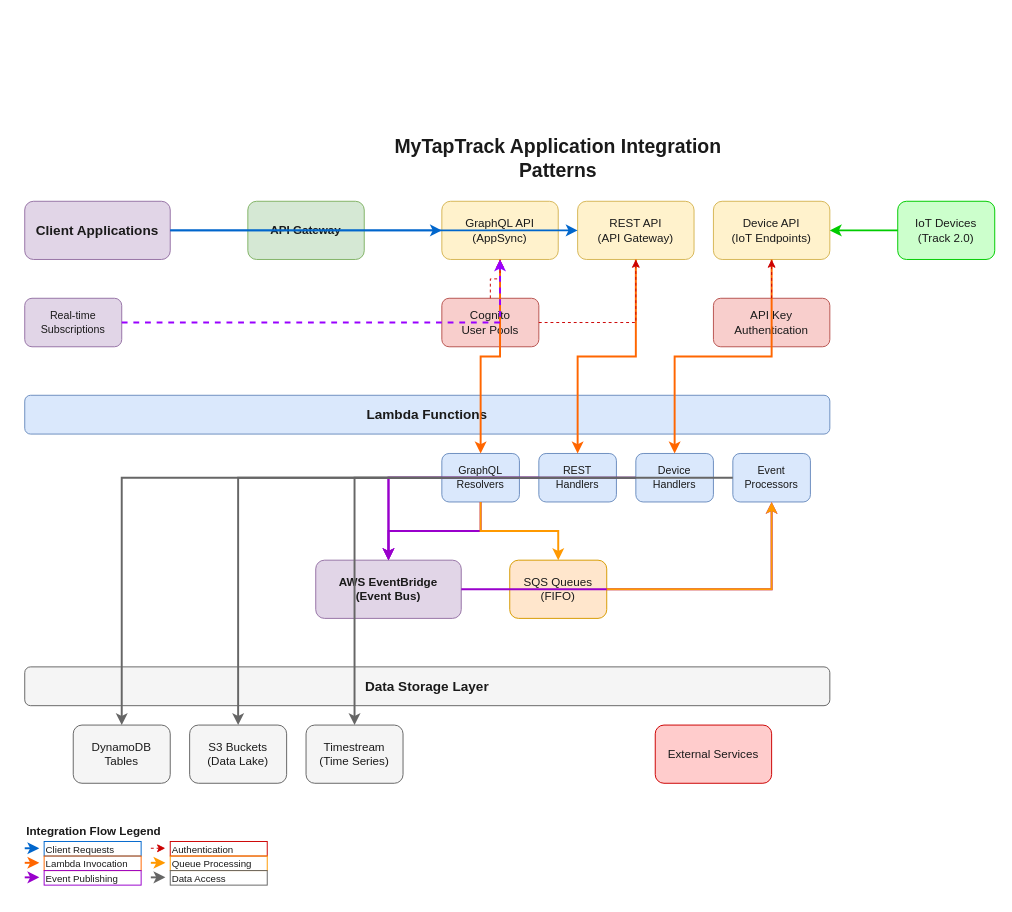
mytaptrack/back-end keeps this draw.io diagram as docs/Architecture/diagrams/integration-patterns.drawio. Above is the earlier version. Source tidied: cells renumbered, new cells numbered last; positions are measured from the earlier drawing's top-left corner, leaving out a move shared by most shapes. Both pictures are drawn from the tidied source at 97%, with x=0, y=0 at pixel (24, 143).
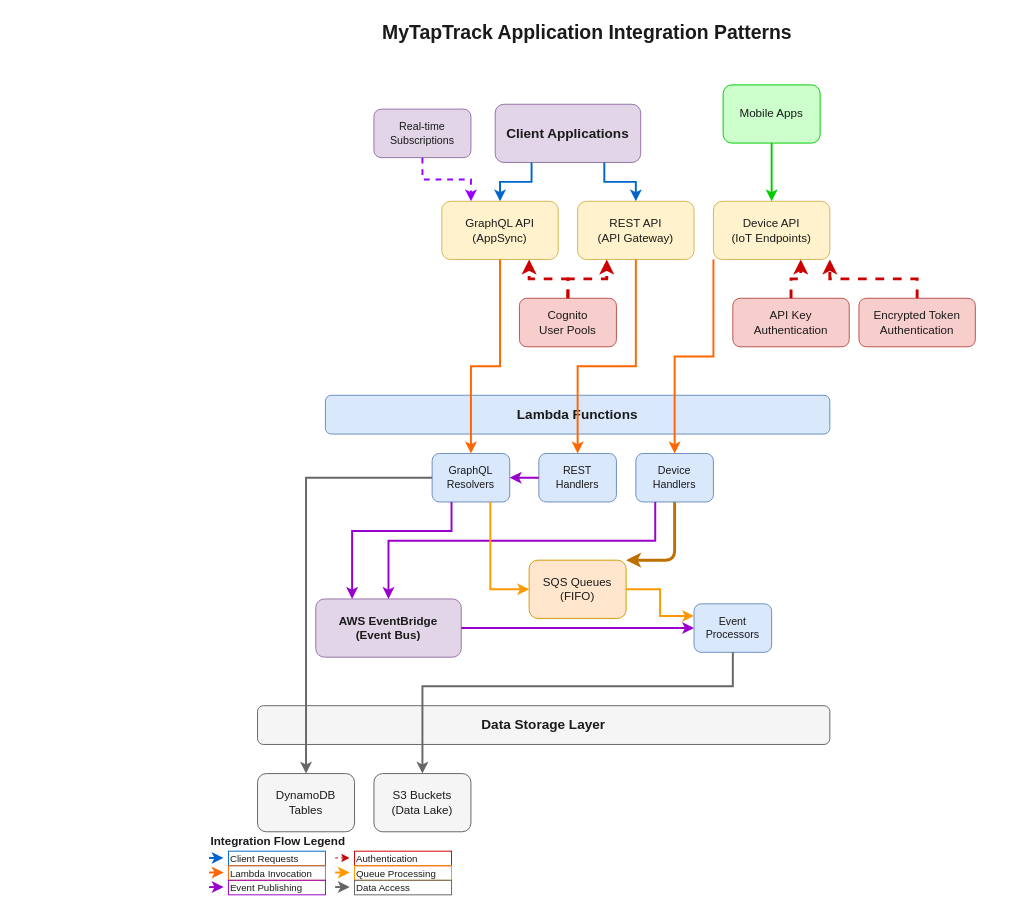
Above is the later version.

The change refers to these unchanged cells:
```xml
<mxCell id="5" value="GraphQL API&#10;(AppSync)" style="rounded=1;whiteSpace=wrap;html=1;fillColor=#fff2cc;strokeColor=#d6b656;fontSize=12;fontColor=#1A1A1A;" parent="1" vertex="1">
  <mxGeometry x="430" y="60" width="120" height="60" as="geometry" />
</mxCell>
<mxCell id="6" value="REST API&#10;(API Gateway)" style="rounded=1;whiteSpace=wrap;html=1;fillColor=#fff2cc;strokeColor=#d6b656;fontSize=12;fontColor=#1A1A1A;" parent="1" vertex="1">
  <mxGeometry x="570" y="60" width="120" height="60" as="geometry" />
</mxCell>
<mxCell id="7" value="Device API&#10;(IoT Endpoints)" style="rounded=1;whiteSpace=wrap;html=1;fillColor=#fff2cc;strokeColor=#d6b656;fontSize=12;fontColor=#1A1A1A;" parent="1" vertex="1">
  <mxGeometry x="710" y="60" width="120" height="60" as="geometry" />
</mxCell>
<mxCell id="12" value="REST&#10;Handlers" style="rounded=1;whiteSpace=wrap;html=1;fillColor=#dae8fc;strokeColor=#6c8ebf;fontSize=11;fontColor=#1A1A1A;" parent="1" vertex="1">
  <mxGeometry x="530" y="320" width="80" height="50" as="geometry" />
</mxCell>
<mxCell id="13" value="Device&#10;Handlers" style="rounded=1;whiteSpace=wrap;html=1;fillColor=#dae8fc;strokeColor=#6c8ebf;fontSize=11;fontColor=#1A1A1A;" parent="1" vertex="1">
  <mxGeometry x="630" y="320" width="80" height="50" as="geometry" />
</mxCell>
```

Diff of the diagram source:
```diff
@@
-<mxGraphModel>
+<mxGraphModel background="#ffffff">
@@
     <mxCell id="2" value="MyTapTrack Application Integration Patterns" style="text;html=1;strokeColor=none;fillColor=none;align=center;verticalAlign=middle;whiteSpace=wrap;rounded=0;fontSize=20;fontStyle=1;fontColor=#1A1A1A;" parent="1" vertex="1">
-      <mxGeometry x="350" width="400" height="30" as="geometry" />
+      <mxGeometry x="330" y="-130" width="500" height="30" as="geometry" />
     </mxCell>
     <mxCell id="3" value="Client Applications" style="rounded=1;whiteSpace=wrap;html=1;fillColor=#e1d5e7;strokeColor=#9673a6;fontSize=14;fontStyle=1;fontColor=#1A1A1A;" parent="1" vertex="1">
-      <mxGeometry y="60" width="150" height="60" as="geometry" />
+      <mxGeometry x="485" y="-40" width="150" height="60" as="geometry" />
     </mxCell>
-    <mxCell id="4" value="API Gateway" style="rounded=1;whiteSpace=wrap;html=1;fillColor=#d5e8d4;strokeColor=#82b366;fontSize=12;fontStyle=1;fontColor=#1A1A1A;" parent="1" vertex="1">
-      <mxGeometry x="230" y="60" width="120" height="60" as="geometry" />
-    </mxCell>
@@
     <mxCell id="8" value="Cognito&#10;User Pools" style="rounded=1;whiteSpace=wrap;html=1;fillColor=#f8cecc;strokeColor=#b85450;fontSize=12;fontColor=#1A1A1A;" parent="1" vertex="1">
-      <mxGeometry x="430" y="160" width="100" height="50" as="geometry" />
+      <mxGeometry x="510" y="160" width="100" height="50" as="geometry" />
     </mxCell>
     <mxCell id="9" value="API Key&#10;Authentication" style="rounded=1;whiteSpace=wrap;html=1;fillColor=#f8cecc;strokeColor=#b85450;fontSize=12;fontColor=#1A1A1A;" parent="1" vertex="1">
-      <mxGeometry x="710" y="160" width="120" height="50" as="geometry" />
+      <mxGeometry x="730" y="160" width="120" height="50" as="geometry" />
     </mxCell>
     <mxCell id="10" value="Lambda Functions" style="rounded=1;whiteSpace=wrap;html=1;fillColor=#dae8fc;strokeColor=#6c8ebf;fontSize=14;fontStyle=1;fontColor=#1A1A1A;" parent="1" vertex="1">
-      <mxGeometry y="260" width="830" height="40" as="geometry" />
+      <mxGeometry x="310" y="260" width="520" height="40" as="geometry" />
     </mxCell>
     <mxCell id="11" value="GraphQL&#10;Resolvers" style="rounded=1;whiteSpace=wrap;html=1;fillColor=#dae8fc;strokeColor=#6c8ebf;fontSize=11;fontColor=#1A1A1A;" parent="1" vertex="1">
-      <mxGeometry x="430" y="320" width="80" height="50" as="geometry" />
+      <mxGeometry x="420" y="320" width="80" height="50" as="geometry" />
     </mxCell>
@@
+    <mxCell id="56" style="edgeStyle=none;html=1;exitX=0.5;exitY=1;exitDx=0;exitDy=0;entryX=1;entryY=0;entryDx=0;entryDy=0;strokeWidth=3;fillColor=#f0a30a;strokeColor=#BD7000;" parent="1" edge="1" source="13" target="16">
+      <mxGeometry relative="1" as="geometry">
+        <Array as="points">
+          <mxPoint x="670" y="430" />
+        </Array>
+      </mxGeometry>
+    </mxCell>
@@
     <mxCell id="14" value="Event&#10;Processors" style="rounded=1;whiteSpace=wrap;html=1;fillColor=#dae8fc;strokeColor=#6c8ebf;fontSize=11;fontColor=#1A1A1A;" parent="1" vertex="1">
-      <mxGeometry x="730" y="320" width="80" height="50" as="geometry" />
+      <mxGeometry x="690" y="475" width="80" height="50" as="geometry" />
     </mxCell>
     <mxCell id="15" value="AWS EventBridge&#10;(Event Bus)" style="rounded=1;whiteSpace=wrap;html=1;fillColor=#e1d5e7;strokeColor=#9673a6;fontSize=12;fontStyle=1;fontColor=#1A1A1A;" parent="1" vertex="1">
-      <mxGeometry x="300" y="430" width="150" height="60" as="geometry" />
+      <mxGeometry x="300" y="470" width="150" height="60" as="geometry" />
     </mxCell>
     <mxCell id="16" value="SQS Queues&#10;(FIFO)" style="rounded=1;whiteSpace=wrap;html=1;fillColor=#ffe6cc;strokeColor=#d79b00;fontSize=12;fontColor=#1A1A1A;" parent="1" vertex="1">
-      <mxGeometry x="500" y="430" width="100" height="60" as="geometry" />
+      <mxGeometry x="520" y="430" width="100" height="60" as="geometry" />
     </mxCell>
     <mxCell id="17" value="Data Storage Layer" style="rounded=1;whiteSpace=wrap;html=1;fillColor=#f5f5f5;strokeColor=#666666;fontSize=14;fontStyle=1;fontColor=#1A1A1A;" parent="1" vertex="1">
-      <mxGeometry y="540" width="830" height="40" as="geometry" />
+      <mxGeometry x="240" y="580" width="590" height="40" as="geometry" />
     </mxCell>
     <mxCell id="18" value="DynamoDB&#10;Tables" style="rounded=1;whiteSpace=wrap;html=1;fillColor=#f5f5f5;strokeColor=#666666;fontSize=12;fontColor=#1A1A1A;" parent="1" vertex="1">
-      <mxGeometry x="50" y="600" width="100" height="60" as="geometry" />
+      <mxGeometry x="240" y="650" width="100" height="60" as="geometry" />
     </mxCell>
     <mxCell id="19" value="S3 Buckets&#10;(Data Lake)" style="rounded=1;whiteSpace=wrap;html=1;fillColor=#f5f5f5;strokeColor=#666666;fontSize=12;fontColor=#1A1A1A;" parent="1" vertex="1">
-      <mxGeometry x="170" y="600" width="100" height="60" as="geometry" />
+      <mxGeometry x="360" y="650" width="100" height="60" as="geometry" />
     </mxCell>
-    <mxCell id="20" value="Timestream&#10;(Time Series)" style="rounded=1;whiteSpace=wrap;html=1;fillColor=#f5f5f5;strokeColor=#666666;fontSize=12;fontColor=#1A1A1A;" parent="1" vertex="1">
-      <mxGeometry x="290" y="600" width="100" height="60" as="geometry" />
-    </mxCell>
-    <mxCell id="21" value="External Services" style="rounded=1;whiteSpace=wrap;html=1;fillColor=#ffcccc;strokeColor=#cc0000;fontSize=12;fontColor=#1A1A1A;" parent="1" vertex="1">
-      <mxGeometry x="650" y="600" width="120" height="60" as="geometry" />
-    </mxCell>
-    <mxCell id="22" value="IoT Devices&#10;(Track 2.0)" style="rounded=1;whiteSpace=wrap;html=1;fillColor=#ccffcc;strokeColor=#00cc00;fontSize=12;fontColor=#1A1A1A;" parent="1" vertex="1">
-      <mxGeometry x="900" y="60" width="100" height="60" as="geometry" />
+    <mxCell id="22" value="Mobile Apps" style="rounded=1;whiteSpace=wrap;html=1;fillColor=#ccffcc;strokeColor=#00cc00;fontSize=12;fontColor=#1A1A1A;" parent="1" vertex="1">
+      <mxGeometry x="720" y="-60" width="100" height="60" as="geometry" />
     </mxCell>
-    <mxCell id="23" style="edgeStyle=orthogonalEdgeStyle;rounded=0;jettySize=auto;html=1;strokeColor=#0066CC;strokeWidth=2;fontColor=#1A1A1A;" parent="1" edge="1" source="3" target="5">
+    <mxCell id="23" style="edgeStyle=orthogonalEdgeStyle;rounded=0;jettySize=auto;html=1;strokeColor=#0066CC;strokeWidth=2;fontColor=#1A1A1A;exitX=0.25;exitY=1;exitDx=0;exitDy=0;" parent="1" edge="1" source="3" target="5">
       <mxGeometry relative="1" as="geometry" />
     </mxCell>
-    <mxCell id="24" style="edgeStyle=orthogonalEdgeStyle;rounded=0;jettySize=auto;html=1;strokeColor=#0066CC;strokeWidth=2;fontColor=#1A1A1A;" parent="1" edge="1" source="3" target="6">
+    <mxCell id="24" style="edgeStyle=orthogonalEdgeStyle;rounded=0;jettySize=auto;html=1;strokeColor=#0066CC;strokeWidth=2;fontColor=#1A1A1A;entryX=0.5;entryY=0;entryDx=0;entryDy=0;exitX=0.75;exitY=1;exitDx=0;exitDy=0;" parent="1" edge="1" source="3" target="6">
       <mxGeometry relative="1" as="geometry" />
     </mxCell>
-    <mxCell id="25" style="edgeStyle=orthogonalEdgeStyle;rounded=0;jettySize=auto;html=1;strokeColor=#00CC00;strokeWidth=2;fontColor=#1A1A1A;" parent="1" edge="1" source="22" target="7">
+    <mxCell id="25" style="edgeStyle=orthogonalEdgeStyle;rounded=0;jettySize=auto;html=1;strokeColor=#00CC00;strokeWidth=2;fontColor=#1A1A1A;entryX=0.5;entryY=0;entryDx=0;entryDy=0;" parent="1" edge="1" source="22" target="7">
       <mxGeometry relative="1" as="geometry" />
     </mxCell>
     <mxCell id="26" style="edgeStyle=orthogonalEdgeStyle;rounded=0;jettySize=auto;html=1;strokeColor=#FF6600;strokeWidth=2;fontColor=#1A1A1A;" parent="1" edge="1" source="5" target="11">
-      <mxGeometry relative="1" as="geometry" />
+      <mxGeometry relative="1" as="geometry">
+        <Array as="points">
+          <mxPoint x="490" y="230" />
+          <mxPoint x="460" y="230" />
+        </Array>
+      </mxGeometry>
     </mxCell>
     <mxCell id="27" style="edgeStyle=orthogonalEdgeStyle;rounded=0;jettySize=auto;html=1;strokeColor=#FF6600;strokeWidth=2;fontColor=#1A1A1A;" parent="1" edge="1" source="6" target="12">
-      <mxGeometry relative="1" as="geometry" />
+      <mxGeometry relative="1" as="geometry">
+        <Array as="points">
+          <mxPoint x="630" y="230" />
+          <mxPoint x="570" y="230" />
+        </Array>
+      </mxGeometry>
     </mxCell>
-    <mxCell id="28" style="edgeStyle=orthogonalEdgeStyle;rounded=0;jettySize=auto;html=1;strokeColor=#FF6600;strokeWidth=2;fontColor=#1A1A1A;" parent="1" edge="1" source="7" target="13">
+    <mxCell id="28" style="edgeStyle=orthogonalEdgeStyle;rounded=0;jettySize=auto;html=1;strokeColor=#FF6600;strokeWidth=2;fontColor=#1A1A1A;exitX=0;exitY=1;exitDx=0;exitDy=0;" parent="1" edge="1" source="7" target="13">
       <mxGeometry relative="1" as="geometry" />
     </mxCell>
-    <mxCell id="29" style="edgeStyle=orthogonalEdgeStyle;rounded=0;jettySize=auto;html=1;strokeColor=#9900CC;strokeWidth=2;fontColor=#1A1A1A;" parent="1" edge="1" source="11" target="15">
-      <mxGeometry relative="1" as="geometry" />
+    <mxCell id="29" style="edgeStyle=orthogonalEdgeStyle;rounded=0;jettySize=auto;html=1;strokeColor=#9900CC;strokeWidth=2;fontColor=#1A1A1A;exitX=0.25;exitY=1;exitDx=0;exitDy=0;entryX=0.25;entryY=0;entryDx=0;entryDy=0;" parent="1" edge="1" source="11" target="15">
+      <mxGeometry relative="1" as="geometry">
+        <Array as="points">
+          <mxPoint x="440" y="400" />
+          <mxPoint x="338" y="400" />
+        </Array>
+      </mxGeometry>
     </mxCell>
-    <mxCell id="30" style="edgeStyle=orthogonalEdgeStyle;rounded=0;jettySize=auto;html=1;strokeColor=#9900CC;strokeWidth=2;fontColor=#1A1A1A;" parent="1" edge="1" source="12" target="15">
+    <mxCell id="30" style="edgeStyle=orthogonalEdgeStyle;rounded=0;jettySize=auto;html=1;strokeColor=#9900CC;strokeWidth=2;fontColor=#1A1A1A;entryX=1;entryY=0.5;entryDx=0;entryDy=0;" parent="1" edge="1" source="12" target="11">
       <mxGeometry relative="1" as="geometry" />
     </mxCell>
-    <mxCell id="31" style="edgeStyle=orthogonalEdgeStyle;rounded=0;jettySize=auto;html=1;strokeColor=#9900CC;strokeWidth=2;fontColor=#1A1A1A;" parent="1" edge="1" source="13" target="15">
-      <mxGeometry relative="1" as="geometry" />
+    <mxCell id="31" style="edgeStyle=orthogonalEdgeStyle;rounded=0;jettySize=auto;html=1;strokeColor=#9900CC;strokeWidth=2;fontColor=#1A1A1A;exitX=0.25;exitY=1;exitDx=0;exitDy=0;" parent="1" edge="1" source="13" target="15">
+      <mxGeometry relative="1" as="geometry">
+        <Array as="points">
+          <mxPoint x="650" y="410" />
+          <mxPoint x="375" y="410" />
+        </Array>
+      </mxGeometry>
     </mxCell>
@@
-    <mxCell id="33" style="edgeStyle=orthogonalEdgeStyle;rounded=0;jettySize=auto;html=1;strokeColor=#FF9900;strokeWidth=2;fontColor=#1A1A1A;" parent="1" edge="1" source="11" target="16">
+    <mxCell id="33" style="edgeStyle=orthogonalEdgeStyle;rounded=0;jettySize=auto;html=1;strokeColor=#FF9900;strokeWidth=2;fontColor=#1A1A1A;entryX=0;entryY=0.5;entryDx=0;entryDy=0;exitX=0.75;exitY=1;exitDx=0;exitDy=0;" parent="1" edge="1" source="11" target="16">
       <mxGeometry relative="1" as="geometry" />
     </mxCell>
-    <mxCell id="34" style="edgeStyle=orthogonalEdgeStyle;rounded=0;jettySize=auto;html=1;strokeColor=#FF9900;strokeWidth=2;fontColor=#1A1A1A;" parent="1" edge="1" source="16" target="14">
+    <mxCell id="34" style="edgeStyle=orthogonalEdgeStyle;rounded=0;jettySize=auto;html=1;strokeColor=#FF9900;strokeWidth=2;fontColor=#1A1A1A;entryX=0;entryY=0.25;entryDx=0;entryDy=0;" parent="1" edge="1" source="16" target="14">
       <mxGeometry relative="1" as="geometry" />
     </mxCell>
@@
-    <mxCell id="36" style="edgeStyle=orthogonalEdgeStyle;rounded=0;jettySize=auto;html=1;strokeColor=#666666;strokeWidth=2;fontColor=#1A1A1A;" parent="1" edge="1" source="14" target="19">
-      <mxGeometry relative="1" as="geometry" />
+    <mxCell id="36" style="edgeStyle=orthogonalEdgeStyle;rounded=0;jettySize=auto;html=1;strokeColor=#666666;strokeWidth=2;fontColor=#1A1A1A;exitX=0.5;exitY=1;exitDx=0;exitDy=0;" parent="1" edge="1" source="14" target="19">
+      <mxGeometry relative="1" as="geometry">
+        <Array as="points">
+          <mxPoint x="730" y="560" />
+          <mxPoint x="410" y="560" />
+        </Array>
+      </mxGeometry>
     </mxCell>
-    <mxCell id="37" style="edgeStyle=orthogonalEdgeStyle;rounded=0;jettySize=auto;html=1;strokeColor=#666666;strokeWidth=2;fontColor=#1A1A1A;" parent="1" edge="1" source="13" target="20">
-      <mxGeometry relative="1" as="geometry" />
-    </mxCell>
-    <mxCell id="38" style="edgeStyle=orthogonalEdgeStyle;rounded=0;jettySize=auto;html=1;strokeColor=#CC0000;strokeWidth=1;dashed=1;fontColor=#1A1A1A;" parent="1" edge="1" source="8" target="5">
+    <mxCell id="38" style="edgeStyle=orthogonalEdgeStyle;rounded=0;jettySize=auto;html=1;strokeColor=#CC0000;strokeWidth=3;dashed=1;fontColor=#1A1A1A;entryX=0.75;entryY=1;entryDx=0;entryDy=0;" parent="1" edge="1" source="8" target="5">
       <mxGeometry relative="1" as="geometry" />
     </mxCell>
-    <mxCell id="39" style="edgeStyle=orthogonalEdgeStyle;rounded=0;jettySize=auto;html=1;strokeColor=#CC0000;strokeWidth=1;dashed=1;fontColor=#1A1A1A;" parent="1" edge="1" source="8" target="6">
+    <mxCell id="39" style="edgeStyle=orthogonalEdgeStyle;rounded=0;jettySize=auto;html=1;strokeColor=#CC0000;strokeWidth=3;dashed=1;fontColor=#1A1A1A;entryX=0.25;entryY=1;entryDx=0;entryDy=0;" parent="1" edge="1" source="8" target="6">
       <mxGeometry relative="1" as="geometry" />
     </mxCell>
-    <mxCell id="40" style="edgeStyle=orthogonalEdgeStyle;rounded=0;jettySize=auto;html=1;strokeColor=#CC0000;strokeWidth=1;dashed=1;fontColor=#1A1A1A;" parent="1" edge="1" source="9" target="7">
-      <mxGeometry relative="1" as="geometry" />
+    <mxCell id="40" style="edgeStyle=orthogonalEdgeStyle;rounded=0;jettySize=auto;html=1;strokeColor=#CC0000;strokeWidth=3;dashed=1;fontColor=#1A1A1A;entryX=0.75;entryY=1;entryDx=0;entryDy=0;exitX=0.5;exitY=0;exitDx=0;exitDy=0;" parent="1" edge="1" source="9" target="7">
+      <mxGeometry relative="1" as="geometry">
+        <Array as="points">
+          <mxPoint x="790" y="140" />
+          <mxPoint x="800" y="140" />
+        </Array>
+      </mxGeometry>
     </mxCell>
     <mxCell id="41" value="Real-time&#10;Subscriptions" style="rounded=1;whiteSpace=wrap;html=1;fillColor=#e1d5e7;strokeColor=#9673a6;fontSize=11;fontColor=#1A1A1A;" parent="1" vertex="1">
-      <mxGeometry y="160" width="100" height="50" as="geometry" />
+      <mxGeometry x="360" y="-35" width="100" height="50" as="geometry" />
     </mxCell>
-    <mxCell id="42" style="edgeStyle=orthogonalEdgeStyle;rounded=0;jettySize=auto;html=1;strokeColor=#9900FF;strokeWidth=2;dashed=1;fontColor=#1A1A1A;" parent="1" edge="1" source="41" target="5">
+    <mxCell id="42" style="edgeStyle=orthogonalEdgeStyle;rounded=0;jettySize=auto;html=1;strokeColor=#9900FF;strokeWidth=2;dashed=1;fontColor=#1A1A1A;entryX=0.25;entryY=0;entryDx=0;entryDy=0;" parent="1" edge="1" source="41" target="5">
       <mxGeometry relative="1" as="geometry" />
     </mxCell>
     <mxCell id="43" value="Integration Flow Legend" style="text;html=1;strokeColor=none;fillColor=none;align=left;verticalAlign=middle;whiteSpace=wrap;rounded=0;fontSize=12;fontStyle=1;fontColor=#1A1A1A;" parent="1" vertex="1">
-      <mxGeometry y="700" width="150" height="20" as="geometry" />
+      <mxGeometry x="190" y="710" width="150" height="20" as="geometry" />
     </mxCell>
     <mxCell id="44" value="Client Requests" style="text;html=1;strokeColor=#0066CC;fillColor=none;align=left;verticalAlign=middle;whiteSpace=wrap;rounded=0;fontSize=10;fontColor=#1A1A1A;" parent="1" vertex="1">
-      <mxGeometry x="20" y="720" width="100" height="15" as="geometry" />
+      <mxGeometry x="210" y="730" width="100" height="15" as="geometry" />
     </mxCell>
     <mxCell id="45" style="edgeStyle=orthogonalEdgeStyle;rounded=0;orthogonalLoop=1;jettySize=auto;html=1;strokeColor=#0066CC;strokeWidth=2;fontColor=#1A1A1A;" parent="1" edge="1">
       <mxGeometry relative="1" as="geometry">
-        <mxPoint y="727" as="sourcePoint" />
-        <mxPoint x="15" y="727" as="targetPoint" />
+        <mxPoint x="190" y="737" as="sourcePoint" />
+        <mxPoint x="205" y="737" as="targetPoint" />
       </mxGeometry>
     </mxCell>
     <mxCell id="46" value="Lambda Invocation" style="text;html=1;strokeColor=#FF6600;fillColor=none;align=left;verticalAlign=middle;whiteSpace=wrap;rounded=0;fontSize=10;fontColor=#1A1A1A;" parent="1" vertex="1">
-      <mxGeometry x="20" y="735" width="100" height="15" as="geometry" />
+      <mxGeometry x="210" y="745" width="100" height="15" as="geometry" />
     </mxCell>
     <mxCell id="47" style="edgeStyle=orthogonalEdgeStyle;rounded=0;orthogonalLoop=1;jettySize=auto;html=1;strokeColor=#FF6600;strokeWidth=2;fontColor=#1A1A1A;" parent="1" edge="1">
       <mxGeometry relative="1" as="geometry">
-        <mxPoint y="742" as="sourcePoint" />
-        <mxPoint x="15" y="742" as="targetPoint" />
+        <mxPoint x="190" y="752" as="sourcePoint" />
+        <mxPoint x="205" y="752" as="targetPoint" />
       </mxGeometry>
     </mxCell>
     <mxCell id="48" value="Event Publishing" style="text;html=1;strokeColor=#9900CC;fillColor=none;align=left;verticalAlign=middle;whiteSpace=wrap;rounded=0;fontSize=10;fontColor=#1A1A1A;" parent="1" vertex="1">
-      <mxGeometry x="20" y="750" width="100" height="15" as="geometry" />
+      <mxGeometry x="210" y="760" width="100" height="15" as="geometry" />
     </mxCell>
     <mxCell id="49" style="edgeStyle=orthogonalEdgeStyle;rounded=0;orthogonalLoop=1;jettySize=auto;html=1;strokeColor=#9900CC;strokeWidth=2;fontColor=#1A1A1A;" parent="1" edge="1">
       <mxGeometry relative="1" as="geometry">
-        <mxPoint y="757" as="sourcePoint" />
-        <mxPoint x="15" y="757" as="targetPoint" />
+        <mxPoint x="190" y="767" as="sourcePoint" />
+        <mxPoint x="205" y="767" as="targetPoint" />
       </mxGeometry>
     </mxCell>
     <mxCell id="50" value="Authentication" style="text;html=1;strokeColor=#CC0000;fillColor=none;align=left;verticalAlign=middle;whiteSpace=wrap;rounded=0;fontSize=10;fontColor=#1A1A1A;" parent="1" vertex="1">
-      <mxGeometry x="150" y="720" width="100" height="15" as="geometry" />
+      <mxGeometry x="340" y="730" width="100" height="15" as="geometry" />
     </mxCell>
     <mxCell id="51" style="edgeStyle=orthogonalEdgeStyle;rounded=0;orthogonalLoop=1;jettySize=auto;html=1;strokeColor=#CC0000;strokeWidth=1;dashed=1;fontColor=#1A1A1A;" parent="1" edge="1">
       <mxGeometry relative="1" as="geometry">
-        <mxPoint x="130" y="727" as="sourcePoint" />
-        <mxPoint x="145" y="727" as="targetPoint" />
+        <mxPoint x="320" y="737" as="sourcePoint" />
+        <mxPoint x="335" y="737" as="targetPoint" />
       </mxGeometry>
     </mxCell>
     <mxCell id="52" value="Queue Processing" style="text;html=1;strokeColor=#FF9900;fillColor=none;align=left;verticalAlign=middle;whiteSpace=wrap;rounded=0;fontSize=10;fontColor=#1A1A1A;" parent="1" vertex="1">
-      <mxGeometry x="150" y="735" width="100" height="15" as="geometry" />
+      <mxGeometry x="340" y="745" width="100" height="15" as="geometry" />
     </mxCell>
     <mxCell id="53" style="edgeStyle=orthogonalEdgeStyle;rounded=0;orthogonalLoop=1;jettySize=auto;html=1;strokeColor=#FF9900;strokeWidth=2;fontColor=#1A1A1A;" parent="1" edge="1">
       <mxGeometry relative="1" as="geometry">
-        <mxPoint x="130" y="742" as="sourcePoint" />
-        <mxPoint x="145" y="742" as="targetPoint" />
+        <mxPoint x="320" y="752" as="sourcePoint" />
+        <mxPoint x="335" y="752" as="targetPoint" />
       </mxGeometry>
     </mxCell>
     <mxCell id="54" value="Data Access" style="text;html=1;strokeColor=#666666;fillColor=none;align=left;verticalAlign=middle;whiteSpace=wrap;rounded=0;fontSize=10;fontColor=#1A1A1A;" parent="1" vertex="1">
-      <mxGeometry x="150" y="750" width="100" height="15" as="geometry" />
+      <mxGeometry x="340" y="760" width="100" height="15" as="geometry" />
     </mxCell>
     <mxCell id="55" style="edgeStyle=orthogonalEdgeStyle;rounded=0;orthogonalLoop=1;jettySize=auto;html=1;strokeColor=#666666;strokeWidth=2;fontColor=#1A1A1A;" parent="1" edge="1">
       <mxGeometry relative="1" as="geometry">
-        <mxPoint x="130" y="757" as="sourcePoint" />
-        <mxPoint x="145" y="757" as="targetPoint" />
+        <mxPoint x="320" y="767" as="sourcePoint" />
+        <mxPoint x="335" y="767" as="targetPoint" />
       </mxGeometry>
     </mxCell>
+    <mxCell id="57" value="Encrypted Token Authentication" style="rounded=1;whiteSpace=wrap;html=1;fillColor=#f8cecc;strokeColor=#b85450;fontSize=12;fontColor=#1A1A1A;" parent="1" vertex="1">
+      <mxGeometry x="860" y="160" width="120" height="50" as="geometry" />
+    </mxCell>
+    <mxCell id="58" style="edgeStyle=orthogonalEdgeStyle;rounded=0;jettySize=auto;html=1;strokeColor=#CC0000;strokeWidth=3;dashed=1;fontColor=#1A1A1A;entryX=1;entryY=1;entryDx=0;entryDy=0;exitX=0.5;exitY=0;exitDx=0;exitDy=0;" parent="1" edge="1" source="57" target="7">
+      <mxGeometry relative="1" as="geometry">
+        <Array as="points">
+          <mxPoint x="920" y="140" />
+          <mxPoint x="830" y="140" />
+        </Array>
+      </mxGeometry>
+    </mxCell>
```
